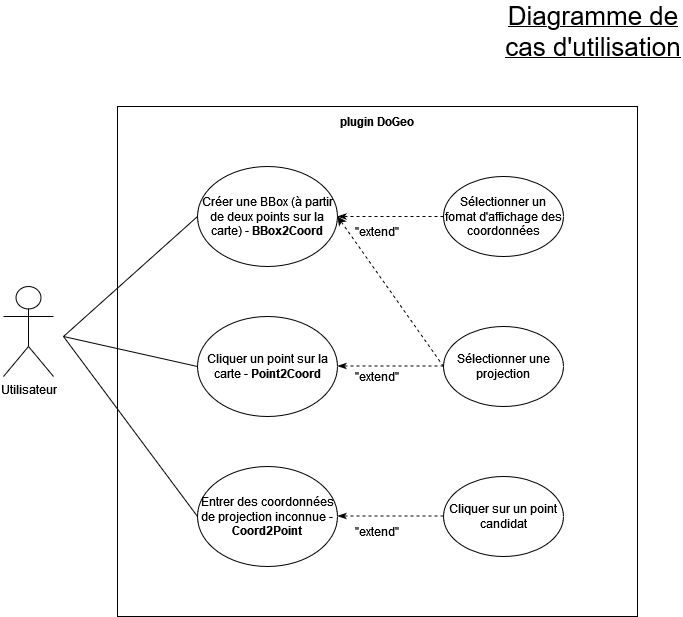
This is diag_UseCases.png from leonielrx/ProjetInfo_DoGeo, a draw.io export, as it was before one commit. Source tidied: cells renumbered, new cells last; positions are measured from the earlier drawing's top-left corner, leaving out a move shared by most shapes.
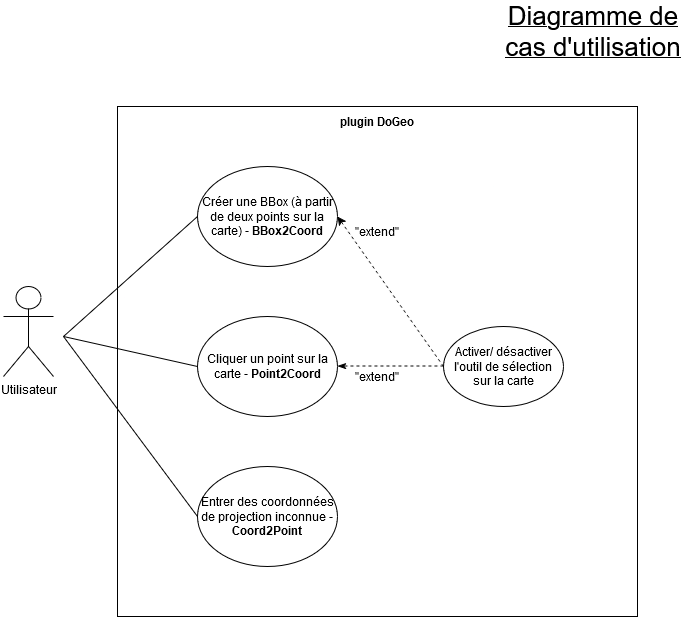
After the change.

Commit message:
Mettre à jour diag_UseCases.png

What changed in the source:
```diff
@@ -20,27 +20,12 @@
     <mxCell id="7" value="Créer une BBox (à partir de deux points sur la carte) - &lt;b&gt;BBox2Coord&lt;/b&gt;" style="ellipse;whiteSpace=wrap;html=1;" parent="1" vertex="1">
       <mxGeometry x="194" y="150" width="140" height="100" as="geometry" />
     </mxCell>
-    <mxCell id="8" value="Sélectionner une projection" style="ellipse;whiteSpace=wrap;html=1;" parent="1" vertex="1">
+    <mxCell id="8" value="Activer/ désactiver l'outil de sélection sur la carte" style="ellipse;whiteSpace=wrap;html=1;" parent="1" vertex="1">
       <mxGeometry x="440" y="310" width="120" height="80" as="geometry" />
     </mxCell>
     <mxCell id="9" style="endArrow=classic;dashed=1;html=1;rounded=0;entryX=1;entryY=0.5;entryDx=0;entryDy=0;exitX=0;exitY=0.5;exitDx=0;exitDy=0;endFill=1;" parent="1" edge="1" source="8" target="7">
       <mxGeometry relative="1" as="geometry" />
     </mxCell>
-    <mxCell id="10" value="Cliquer sur un point candidat" style="ellipse;whiteSpace=wrap;html=1;" parent="1" vertex="1">
-      <mxGeometry x="440" y="460" width="120" height="80" as="geometry" />
-    </mxCell>
-    <mxCell id="11" style="endArrow=classicThin;dashed=1;html=1;rounded=0;entryX=1;entryY=0.5;entryDx=0;entryDy=0;endFill=1;exitX=0;exitY=0.5;exitDx=0;exitDy=0;" parent="1" edge="1" source="12" target="7">
-      <mxGeometry relative="1" as="geometry" />
-    </mxCell>
-    <mxCell id="12" value="Sélectionner un fomat d'affichage des coordonnées" style="ellipse;whiteSpace=wrap;html=1;" parent="1" vertex="1">
-      <mxGeometry x="440" y="160" width="120" height="80" as="geometry" />
-    </mxCell>
-    <mxCell id="13" style="endArrow=classicThin;dashed=1;html=1;rounded=0;entryX=1;entryY=0.5;entryDx=0;entryDy=0;endFill=1;exitX=0;exitY=0.5;exitDx=0;exitDy=0;" parent="1" edge="1">
-      <mxGeometry relative="1" as="geometry">
-        <mxPoint x="440" y="499.5" as="sourcePoint" />
-        <mxPoint x="334" y="499.5" as="targetPoint" />
-      </mxGeometry>
-    </mxCell>
     <mxCell id="14" style="endArrow=classicThin;dashed=1;html=1;rounded=0;entryX=1;entryY=0.5;entryDx=0;entryDy=0;endFill=1;exitX=0;exitY=0.5;exitDx=0;exitDy=0;" parent="1" edge="1">
       <mxGeometry relative="1" as="geometry">
         <mxPoint x="440" y="349.5" as="sourcePoint" />
@@ -53,9 +38,6 @@
     <mxCell id="16" value="&quot;extend&quot;" style="text;html=1;align=center;verticalAlign=middle;whiteSpace=wrap;rounded=0;" parent="1" vertex="1">
       <mxGeometry x="344" y="200" width="60" height="30" as="geometry" />
     </mxCell>
-    <mxCell id="17" value="&quot;extend&quot;" style="text;html=1;align=center;verticalAlign=middle;whiteSpace=wrap;rounded=0;" parent="1" vertex="1">
-      <mxGeometry x="344" y="500" width="60" height="30" as="geometry" />
-    </mxCell>
     <mxCell id="18" style="endArrow=none;html=1;rounded=0;entryX=0;entryY=0.5;entryDx=0;entryDy=0;" parent="1" edge="1" target="7">
       <mxGeometry relative="1" as="geometry">
         <mxPoint x="60" y="320" as="sourcePoint" />
```
